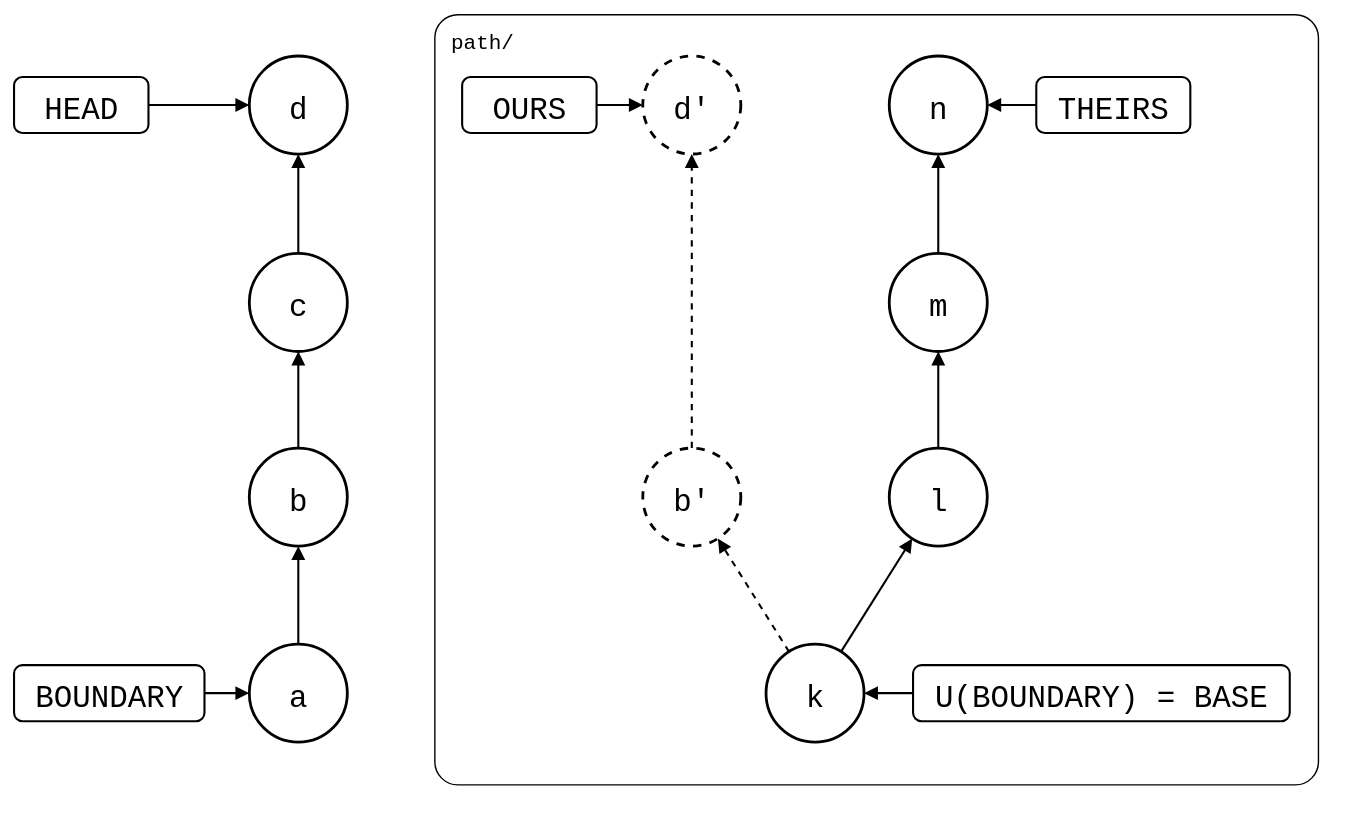
Earlier version of the draw.io export test/scenarios/sync-model/before-pull-git-names.drawio.svg (roschaefer/git-splice). Source tidied: cells renumbered, new cells last; positions are measured from the earlier drawing's top-left corner, leaving out a move shared by most shapes.
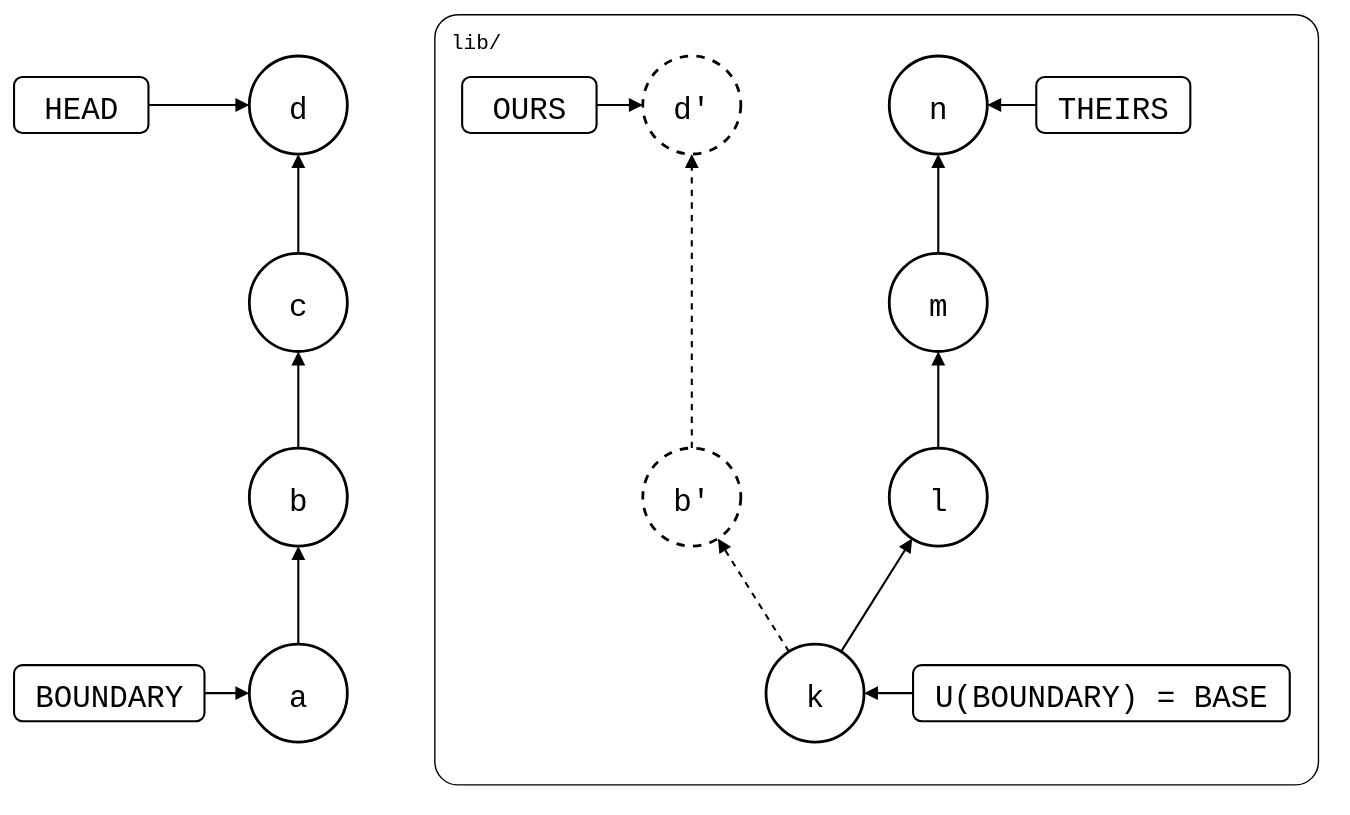
The same file after the commit.

Change to the diagram source:
```diff
@@ -2,7 +2,7 @@
   <root>
     <mxCell id="0" />
     <mxCell id="1" parent="0" />
-    <mxCell id="2" value="path/" style="rounded=1;arcSize=3;fillColor=none;strokeWidth=1;fontSize=15;verticalAlign=top;align=left;spacingLeft=10;spacingTop=4;fontFamily=Roboto Mono,monospace;" parent="1" vertex="1">
+    <mxCell id="2" value="lib/" style="rounded=1;arcSize=3;fillColor=none;strokeWidth=1;fontSize=15;verticalAlign=top;align=left;spacingLeft=10;spacingTop=4;fontFamily=Roboto Mono,monospace;" parent="1" vertex="1">
       <mxGeometry x="300" width="631" height="550" as="geometry" />
     </mxCell>
     <mxCell id="3" value="a" style="ellipse;strokeWidth=2;fontSize=22;fontFamily=Roboto Mono,monospace;" parent="1" vertex="1">
```
